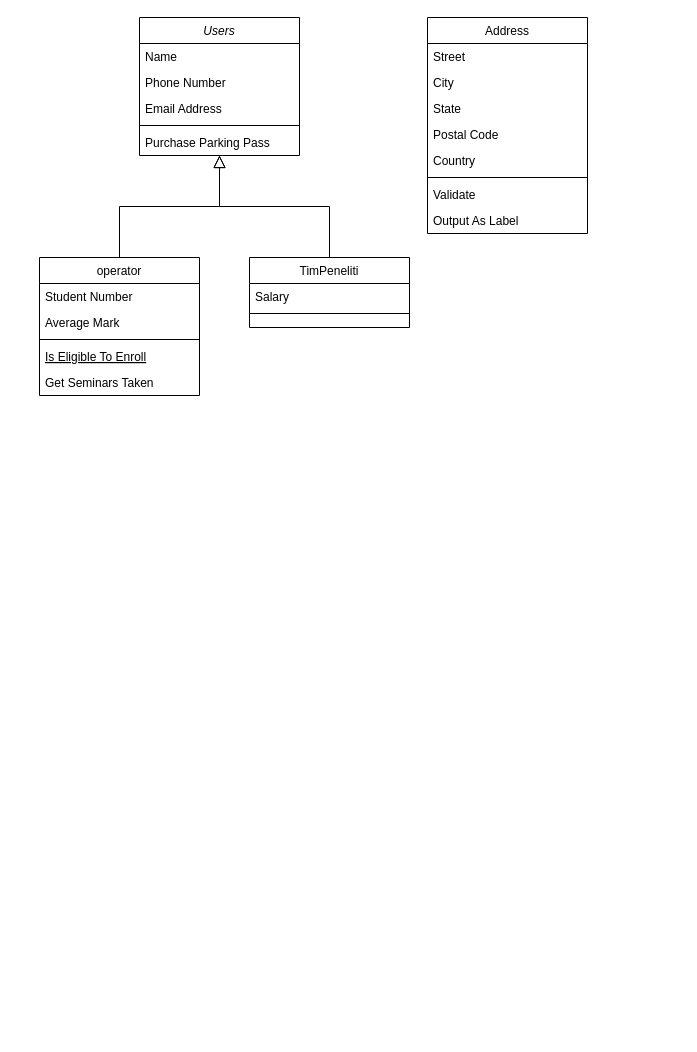
This is remind_class_Diagram.drawio from zzarr/Tugas-Akhir, a draw.io file, before an edit. Source tidied: cells renumbered, new cells numbered last; positions are measured from the earlier drawing's top-left corner, leaving out a move shared by most shapes. Both pictures are drawn from the tidied source at 100%, with x=0, y=0 at pixel (39, 17).
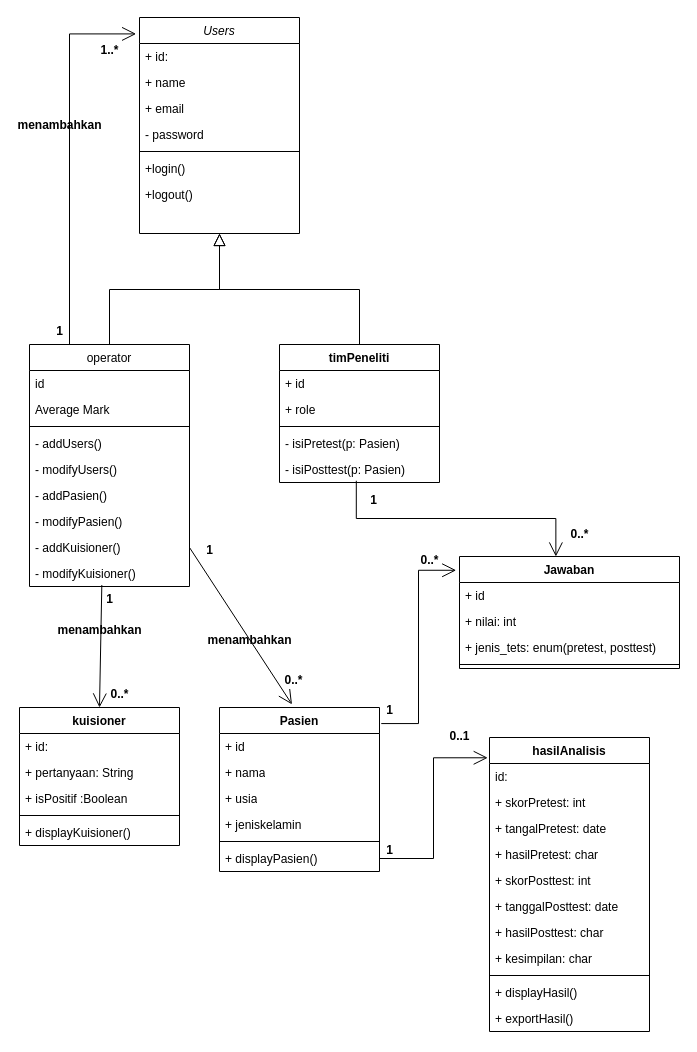
Above is the later version.

Diff of the diagram source:
```diff
@@
     <mxCell id="2" value="Users" style="swimlane;fontStyle=2;align=center;verticalAlign=top;horizontal=1;startSize=26;rounded=0;shadow=0;strokeWidth=1;" parent="1" vertex="1">
-      <mxGeometry x="100" width="160" height="138" as="geometry" />
+      <mxGeometry x="100" width="160" height="216" as="geometry" />
     </mxCell>
-    <mxCell id="3" value="Name" style="text;align=left;verticalAlign=top;spacingLeft=4;spacingRight=4;overflow=hidden;" parent="2" vertex="1">
+    <mxCell id="3" value="+ id:" style="text;align=left;verticalAlign=top;spacingLeft=4;spacingRight=4;overflow=hidden;" parent="2" vertex="1">
       <mxGeometry y="26" width="160" height="26" as="geometry" />
     </mxCell>
-    <mxCell id="4" value="Phone Number" style="text;align=left;verticalAlign=top;spacingLeft=4;spacingRight=4;overflow=hidden;rounded=0;shadow=0;html=0;" parent="2" vertex="1">
+    <mxCell id="4" value="+ name" style="text;align=left;verticalAlign=top;spacingLeft=4;spacingRight=4;overflow=hidden;rounded=0;shadow=0;html=0;" parent="2" vertex="1">
       <mxGeometry y="52" width="160" height="26" as="geometry" />
     </mxCell>
-    <mxCell id="5" value="Email Address" style="text;align=left;verticalAlign=top;spacingLeft=4;spacingRight=4;overflow=hidden;rounded=0;shadow=0;html=0;" parent="2" vertex="1">
+    <mxCell id="5" value="+ email" style="text;align=left;verticalAlign=top;spacingLeft=4;spacingRight=4;overflow=hidden;rounded=0;shadow=0;html=0;" parent="2" vertex="1">
       <mxGeometry y="78" width="160" height="26" as="geometry" />
     </mxCell>
+    <mxCell id="28" value="- password" style="text;align=left;verticalAlign=top;spacingLeft=4;spacingRight=4;overflow=hidden;rounded=0;shadow=0;html=0;" parent="2" vertex="1">
+      <mxGeometry y="104" width="160" height="26" as="geometry" />
+    </mxCell>
     <mxCell id="6" style="line;html=1;strokeWidth=1;align=left;verticalAlign=middle;spacingTop=-1;spacingLeft=3;spacingRight=3;labelPosition=right;" parent="2" vertex="1">
-      <mxGeometry y="104" width="160" height="8" as="geometry" />
+      <mxGeometry y="130" width="160" height="8" as="geometry" />
     </mxCell>
-    <mxCell id="7" value="Purchase Parking Pass" style="text;align=left;verticalAlign=top;spacingLeft=4;spacingRight=4;overflow=hidden;" parent="2" vertex="1">
-      <mxGeometry y="112" width="160" height="26" as="geometry" />
+    <mxCell id="7" value="+login()" style="text;align=left;verticalAlign=top;spacingLeft=4;spacingRight=4;overflow=hidden;" parent="2" vertex="1">
+      <mxGeometry y="138" width="160" height="26" as="geometry" />
     </mxCell>
+    <mxCell id="29" value="+logout()" style="text;align=left;verticalAlign=top;spacingLeft=4;spacingRight=4;overflow=hidden;" parent="2" vertex="1">
+      <mxGeometry y="164" width="160" height="26" as="geometry" />
+    </mxCell>
+    <mxCell id="30" style="text;align=left;verticalAlign=top;spacingLeft=4;spacingRight=4;overflow=hidden;" parent="2" vertex="1">
+      <mxGeometry y="190" width="160" height="26" as="geometry" />
+    </mxCell>
     <mxCell id="8" value="operator" style="swimlane;fontStyle=0;align=center;verticalAlign=top;horizontal=1;startSize=26;rounded=0;shadow=0;strokeWidth=1;" parent="1" vertex="1">
-      <mxGeometry y="240" width="160" height="138" as="geometry" />
+      <mxGeometry x="-10" y="327" width="160" height="242" as="geometry" />
     </mxCell>
-    <mxCell id="9" value="Student Number" style="text;align=left;verticalAlign=top;spacingLeft=4;spacingRight=4;overflow=hidden;" parent="8" vertex="1">
+    <mxCell id="9" value="id" style="text;align=left;verticalAlign=top;spacingLeft=4;spacingRight=4;overflow=hidden;" parent="8" vertex="1">
       <mxGeometry y="26" width="160" height="26" as="geometry" />
     </mxCell>
@@
-    <mxCell id="12" value="Is Eligible To Enroll" style="text;align=left;verticalAlign=top;spacingLeft=4;spacingRight=4;overflow=hidden;fontStyle=4;" parent="8" vertex="1">
+    <mxCell id="12" value="- addUsers()" style="text;align=left;verticalAlign=top;spacingLeft=4;spacingRight=4;overflow=hidden;fontStyle=0;" parent="8" vertex="1">
       <mxGeometry y="86" width="160" height="26" as="geometry" />
     </mxCell>
-    <mxCell id="13" value="Get Seminars Taken" style="text;align=left;verticalAlign=top;spacingLeft=4;spacingRight=4;overflow=hidden;" parent="8" vertex="1">
+    <mxCell id="13" value="- modifyUsers()" style="text;align=left;verticalAlign=top;spacingLeft=4;spacingRight=4;overflow=hidden;" parent="8" vertex="1">
       <mxGeometry y="112" width="160" height="26" as="geometry" />
     </mxCell>
+    <mxCell id="31" value="- addPasien()" style="text;align=left;verticalAlign=top;spacingLeft=4;spacingRight=4;overflow=hidden;" parent="8" vertex="1">
+      <mxGeometry y="138" width="160" height="26" as="geometry" />
+    </mxCell>
+    <mxCell id="32" value="- modifyPasien()" style="text;align=left;verticalAlign=top;spacingLeft=4;spacingRight=4;overflow=hidden;" parent="8" vertex="1">
+      <mxGeometry y="164" width="160" height="26" as="geometry" />
+    </mxCell>
+    <mxCell id="33" value="- addKuisioner()" style="text;align=left;verticalAlign=top;spacingLeft=4;spacingRight=4;overflow=hidden;points=[[0,0.5],[1,0.5]];portConstraint=eastwest;" parent="8" vertex="1">
+      <mxGeometry y="190" width="160" height="26" as="geometry" />
+    </mxCell>
+    <mxCell id="34" value="- modifyKuisioner()" style="text;align=left;verticalAlign=top;spacingLeft=4;spacingRight=4;overflow=hidden;points=[[0,0.5],[1,0.5]];portConstraint=eastwest;" parent="8" vertex="1">
+      <mxGeometry y="216" width="160" height="26" as="geometry" />
+    </mxCell>
@@
-    <mxCell id="15" value="TimPeneliti" style="swimlane;fontStyle=0;align=center;verticalAlign=top;horizontal=1;startSize=26;rounded=0;shadow=0;strokeWidth=1;" parent="1" vertex="1">
-      <mxGeometry x="210" y="240" width="160" height="70" as="geometry" />
-    </mxCell>
-    <mxCell id="16" value="Salary" style="text;align=left;verticalAlign=top;spacingLeft=4;spacingRight=4;overflow=hidden;" parent="15" vertex="1">
-      <mxGeometry y="26" width="160" height="26" as="geometry" />
-    </mxCell>
-    <mxCell id="17" style="line;html=1;strokeWidth=1;align=left;verticalAlign=middle;spacingTop=-1;spacingLeft=3;spacingRight=3;labelPosition=right;" parent="15" vertex="1">
-      <mxGeometry y="52" width="160" height="8" as="geometry" />
-    </mxCell>
-    <mxCell id="18" style="endArrow=block;endSize=10;endFill=0;shadow=0;strokeWidth=1;rounded=0;curved=0;edgeStyle=elbowEdgeStyle;elbow=vertical;" parent="1" edge="1" source="15" target="2">
+    <mxCell id="18" style="endArrow=block;endSize=10;endFill=0;shadow=0;strokeWidth=1;rounded=0;curved=0;edgeStyle=elbowEdgeStyle;elbow=vertical;exitX=0.5;exitY=0;exitDx=0;exitDy=0;" parent="1" edge="1" source="38" target="2">
       <mxGeometry relative="1" as="geometry" />
     </mxCell>
-    <mxCell id="19" value="Address" style="swimlane;fontStyle=0;align=center;verticalAlign=top;horizontal=1;startSize=26;rounded=0;shadow=0;strokeWidth=1;" parent="1" vertex="1">
-      <mxGeometry x="388" width="160" height="216" as="geometry" />
+    <mxCell id="19" value="hasilAnalisis" style="swimlane;fontStyle=1;align=center;verticalAlign=top;horizontal=1;startSize=26;rounded=0;shadow=0;strokeWidth=1;" parent="1" vertex="1">
+      <mxGeometry x="450" y="720" width="160" height="294" as="geometry" />
     </mxCell>
-    <mxCell id="20" value="Street" style="text;align=left;verticalAlign=top;spacingLeft=4;spacingRight=4;overflow=hidden;" parent="19" vertex="1">
+    <mxCell id="20" value="id: " style="text;align=left;verticalAlign=top;spacingLeft=4;spacingRight=4;overflow=hidden;" parent="19" vertex="1">
       <mxGeometry y="26" width="160" height="26" as="geometry" />
     </mxCell>
-    <mxCell id="21" value="City" style="text;align=left;verticalAlign=top;spacingLeft=4;spacingRight=4;overflow=hidden;rounded=0;shadow=0;html=0;" parent="19" vertex="1">
+    <mxCell id="21" value="+ skorPretest: int" style="text;align=left;verticalAlign=top;spacingLeft=4;spacingRight=4;overflow=hidden;rounded=0;shadow=0;html=0;" parent="19" vertex="1">
       <mxGeometry y="52" width="160" height="26" as="geometry" />
     </mxCell>
-    <mxCell id="22" value="State" style="text;align=left;verticalAlign=top;spacingLeft=4;spacingRight=4;overflow=hidden;rounded=0;shadow=0;html=0;" parent="19" vertex="1">
+    <mxCell id="22" value="+ tangalPretest: date" style="text;align=left;verticalAlign=top;spacingLeft=4;spacingRight=4;overflow=hidden;rounded=0;shadow=0;html=0;" parent="19" vertex="1">
       <mxGeometry y="78" width="160" height="26" as="geometry" />
     </mxCell>
-    <mxCell id="23" value="Postal Code" style="text;align=left;verticalAlign=top;spacingLeft=4;spacingRight=4;overflow=hidden;rounded=0;shadow=0;html=0;" parent="19" vertex="1">
+    <mxCell id="23" value="+ hasilPretest: char" style="text;align=left;verticalAlign=top;spacingLeft=4;spacingRight=4;overflow=hidden;rounded=0;shadow=0;html=0;" parent="19" vertex="1">
       <mxGeometry y="104" width="160" height="26" as="geometry" />
     </mxCell>
-    <mxCell id="24" value="Country" style="text;align=left;verticalAlign=top;spacingLeft=4;spacingRight=4;overflow=hidden;rounded=0;shadow=0;html=0;" parent="19" vertex="1">
+    <mxCell id="24" value="+ skorPosttest: int" style="text;align=left;verticalAlign=top;spacingLeft=4;spacingRight=4;overflow=hidden;rounded=0;shadow=0;html=0;" parent="19" vertex="1">
       <mxGeometry y="130" width="160" height="26" as="geometry" />
     </mxCell>
+    <mxCell id="35" value="+ tanggalPosttest: date" style="text;align=left;verticalAlign=top;spacingLeft=4;spacingRight=4;overflow=hidden;rounded=0;shadow=0;html=0;" parent="19" vertex="1">
+      <mxGeometry y="156" width="160" height="26" as="geometry" />
+    </mxCell>
+    <mxCell id="36" value="+ hasilPosttest: char" style="text;align=left;verticalAlign=top;spacingLeft=4;spacingRight=4;overflow=hidden;rounded=0;shadow=0;html=0;" parent="19" vertex="1">
+      <mxGeometry y="182" width="160" height="26" as="geometry" />
+    </mxCell>
+    <mxCell id="37" value="+ kesimpilan: char" style="text;align=left;verticalAlign=top;spacingLeft=4;spacingRight=4;overflow=hidden;rounded=0;shadow=0;html=0;" parent="19" vertex="1">
+      <mxGeometry y="208" width="160" height="26" as="geometry" />
+    </mxCell>
     <mxCell id="25" style="line;html=1;strokeWidth=1;align=left;verticalAlign=middle;spacingTop=-1;spacingLeft=3;spacingRight=3;labelPosition=right;" parent="19" vertex="1">
-      <mxGeometry y="156" width="160" height="8" as="geometry" />
+      <mxGeometry y="234" width="160" height="8" as="geometry" />
     </mxCell>
-    <mxCell id="26" value="Validate" style="text;align=left;verticalAlign=top;spacingLeft=4;spacingRight=4;overflow=hidden;" parent="19" vertex="1">
-      <mxGeometry y="164" width="160" height="26" as="geometry" />
+    <mxCell id="26" value="+ displayHasil()" style="text;align=left;verticalAlign=top;spacingLeft=4;spacingRight=4;overflow=hidden;" parent="19" vertex="1">
+      <mxGeometry y="242" width="160" height="26" as="geometry" />
     </mxCell>
-    <mxCell id="27" value="Output As Label" style="text;align=left;verticalAlign=top;spacingLeft=4;spacingRight=4;overflow=hidden;" parent="19" vertex="1">
-      <mxGeometry y="190" width="160" height="26" as="geometry" />
+    <mxCell id="27" value="+ exportHasil()" style="text;align=left;verticalAlign=top;spacingLeft=4;spacingRight=4;overflow=hidden;" parent="19" vertex="1">
+      <mxGeometry y="268" width="160" height="26" as="geometry" />
     </mxCell>
+    <mxCell id="38" value="timPeneliti" style="swimlane;fontStyle=1;align=center;verticalAlign=top;horizontal=1;startSize=26;whiteSpace=wrap;html=1;" parent="1" vertex="1">
+      <mxGeometry x="240" y="327" width="160" height="138" as="geometry" />
+    </mxCell>
+    <mxCell id="39" value="+ id" style="text;strokeColor=none;fillColor=none;align=left;verticalAlign=top;spacingLeft=4;spacingRight=4;overflow=hidden;whiteSpace=wrap;html=1;" parent="38" vertex="1">
+      <mxGeometry y="26" width="160" height="26" as="geometry" />
+    </mxCell>
+    <mxCell id="40" value="+ role" style="text;strokeColor=none;fillColor=none;align=left;verticalAlign=top;spacingLeft=4;spacingRight=4;overflow=hidden;whiteSpace=wrap;html=1;" parent="38" vertex="1">
+      <mxGeometry y="52" width="160" height="26" as="geometry" />
+    </mxCell>
+    <mxCell id="41" style="line;strokeWidth=1;fillColor=none;align=left;verticalAlign=middle;spacingTop=-1;spacingLeft=3;spacingRight=3;labelPosition=right;strokeColor=inherit;" parent="38" vertex="1">
+      <mxGeometry y="78" width="160" height="8" as="geometry" />
+    </mxCell>
+    <mxCell id="42" value="- isiPretest(p: Pasien)" style="text;strokeColor=none;fillColor=none;align=left;verticalAlign=top;spacingLeft=4;spacingRight=4;overflow=hidden;whiteSpace=wrap;html=1;" parent="38" vertex="1">
+      <mxGeometry y="86" width="160" height="26" as="geometry" />
+    </mxCell>
+    <mxCell id="43" value="- isiPosttest(p: Pasien)" style="text;strokeColor=none;fillColor=none;align=left;verticalAlign=top;spacingLeft=4;spacingRight=4;overflow=hidden;points=[[0,0.5],[1,0.5]];portConstraint=eastwest;whiteSpace=wrap;html=1;" parent="38" vertex="1">
+      <mxGeometry y="112" width="160" height="26" as="geometry" />
+    </mxCell>
+    <mxCell id="44" value="Pasien" style="swimlane;fontStyle=1;align=center;verticalAlign=top;horizontal=1;startSize=26;whiteSpace=wrap;html=1;" parent="1" vertex="1">
+      <mxGeometry x="180" y="690" width="160" height="164" as="geometry" />
+    </mxCell>
+    <mxCell id="45" value="+ id" style="text;strokeColor=none;fillColor=none;align=left;verticalAlign=top;spacingLeft=4;spacingRight=4;overflow=hidden;whiteSpace=wrap;html=1;" parent="44" vertex="1">
+      <mxGeometry y="26" width="160" height="26" as="geometry" />
+    </mxCell>
+    <mxCell id="46" value="+ nama" style="text;strokeColor=none;fillColor=none;align=left;verticalAlign=top;spacingLeft=4;spacingRight=4;overflow=hidden;whiteSpace=wrap;html=1;" parent="44" vertex="1">
+      <mxGeometry y="52" width="160" height="26" as="geometry" />
+    </mxCell>
+    <mxCell id="47" value="+ usia" style="text;strokeColor=none;fillColor=none;align=left;verticalAlign=top;spacingLeft=4;spacingRight=4;overflow=hidden;whiteSpace=wrap;html=1;" parent="44" vertex="1">
+      <mxGeometry y="78" width="160" height="26" as="geometry" />
+    </mxCell>
+    <mxCell id="48" value="+ jeniskelamin" style="text;strokeColor=none;fillColor=none;align=left;verticalAlign=top;spacingLeft=4;spacingRight=4;overflow=hidden;whiteSpace=wrap;html=1;" parent="44" vertex="1">
+      <mxGeometry y="104" width="160" height="26" as="geometry" />
+    </mxCell>
+    <mxCell id="49" style="line;strokeWidth=1;fillColor=none;align=left;verticalAlign=middle;spacingTop=-1;spacingLeft=3;spacingRight=3;labelPosition=right;strokeColor=inherit;" parent="44" vertex="1">
+      <mxGeometry y="130" width="160" height="8" as="geometry" />
+    </mxCell>
+    <mxCell id="50" value="+ displayPasien()" style="text;strokeColor=none;fillColor=none;align=left;verticalAlign=top;spacingLeft=4;spacingRight=4;overflow=hidden;points=[[0,0.5],[1,0.5]];portConstraint=eastwest;whiteSpace=wrap;html=1;" parent="44" vertex="1">
+      <mxGeometry y="138" width="160" height="26" as="geometry" />
+    </mxCell>
+    <mxCell id="51" value="kuisioner" style="swimlane;fontStyle=1;align=center;verticalAlign=top;horizontal=1;startSize=26;whiteSpace=wrap;html=1;" parent="1" vertex="1">
+      <mxGeometry x="-20" y="690" width="160" height="138" as="geometry" />
+    </mxCell>
+    <mxCell id="52" value="+ id:" style="text;strokeColor=none;fillColor=none;align=left;verticalAlign=top;spacingLeft=4;spacingRight=4;overflow=hidden;whiteSpace=wrap;html=1;" parent="51" vertex="1">
+      <mxGeometry y="26" width="160" height="26" as="geometry" />
+    </mxCell>
+    <mxCell id="53" value="+ pertanyaan: String" style="text;strokeColor=none;fillColor=none;align=left;verticalAlign=top;spacingLeft=4;spacingRight=4;overflow=hidden;whiteSpace=wrap;html=1;" parent="51" vertex="1">
+      <mxGeometry y="52" width="160" height="26" as="geometry" />
+    </mxCell>
+    <mxCell id="54" value="+ isPositif :Boolean" style="text;strokeColor=none;fillColor=none;align=left;verticalAlign=top;spacingLeft=4;spacingRight=4;overflow=hidden;whiteSpace=wrap;html=1;" parent="51" vertex="1">
+      <mxGeometry y="78" width="160" height="26" as="geometry" />
+    </mxCell>
+    <mxCell id="55" style="line;strokeWidth=1;fillColor=none;align=left;verticalAlign=middle;spacingTop=-1;spacingLeft=3;spacingRight=3;labelPosition=right;strokeColor=inherit;" parent="51" vertex="1">
+      <mxGeometry y="104" width="160" height="8" as="geometry" />
+    </mxCell>
+    <mxCell id="56" value="+ displayKuisioner()" style="text;strokeColor=none;fillColor=none;align=left;verticalAlign=top;spacingLeft=4;spacingRight=4;overflow=hidden;whiteSpace=wrap;html=1;" parent="51" vertex="1">
+      <mxGeometry y="112" width="160" height="26" as="geometry" />
+    </mxCell>
+    <mxCell id="57" style="endArrow=open;endFill=1;endSize=12;html=1;rounded=0;entryX=-0.021;entryY=0.076;entryDx=0;entryDy=0;exitX=0.25;exitY=0;exitDx=0;exitDy=0;entryPerimeter=0;edgeStyle=elbowEdgeStyle;" parent="1" edge="1" source="8" target="2">
+      <mxGeometry relative="1" as="geometry">
+        <Array as="points">
+          <mxPoint x="30" y="180" />
+        </Array>
+      </mxGeometry>
+    </mxCell>
+    <mxCell id="58" value="1" style="text;align=center;fontStyle=1;verticalAlign=middle;spacingLeft=3;spacingRight=3;strokeColor=none;html=1;" parent="1" vertex="1">
+      <mxGeometry x="-20" y="301" width="80" height="26" as="geometry" />
+    </mxCell>
+    <mxCell id="59" value="1..*" style="text;align=center;fontStyle=1;verticalAlign=middle;spacingLeft=3;spacingRight=3;strokeColor=none;html=1;" parent="1" vertex="1">
+      <mxGeometry x="30" y="20" width="80" height="26" as="geometry" />
+    </mxCell>
+    <mxCell id="60" value="menambahkan" style="text;align=center;fontStyle=1;verticalAlign=middle;spacingLeft=3;spacingRight=3;strokeColor=none;html=1;" parent="1" vertex="1">
+      <mxGeometry x="-20" y="95" width="80" height="26" as="geometry" />
+    </mxCell>
+    <mxCell id="61" style="endArrow=open;endFill=1;endSize=12;html=1;rounded=0;entryX=0.25;entryY=1;entryDx=0;entryDy=0;entryPerimeter=0;exitX=0.452;exitY=0.943;exitDx=0;exitDy=0;exitPerimeter=0;" parent="1" edge="1" source="34" target="62">
+      <mxGeometry relative="1" as="geometry" />
+    </mxCell>
+    <mxCell id="62" value="0..*" style="text;align=center;fontStyle=1;verticalAlign=middle;spacingLeft=3;spacingRight=3;strokeColor=none;points=[[0,0.5],[1,0.5]];portConstraint=eastwest;html=1;" parent="1" vertex="1">
+      <mxGeometry x="40" y="664" width="80" height="26" as="geometry" />
+    </mxCell>
+    <mxCell id="63" value="1" style="text;align=center;fontStyle=1;verticalAlign=middle;spacingLeft=3;spacingRight=3;strokeColor=none;html=1;" parent="1" vertex="1">
+      <mxGeometry x="30" y="569" width="80" height="26" as="geometry" />
+    </mxCell>
+    <mxCell id="64" value="menambahkan" style="text;align=center;fontStyle=1;verticalAlign=middle;spacingLeft=3;spacingRight=3;strokeColor=none;html=1;" parent="1" vertex="1">
+      <mxGeometry x="20" y="600" width="80" height="26" as="geometry" />
+    </mxCell>
+    <mxCell id="65" style="endArrow=open;endFill=1;endSize=12;html=1;rounded=0;exitX=1;exitY=0.5;exitDx=0;exitDy=0;entryX=0.453;entryY=-0.019;entryDx=0;entryDy=0;entryPerimeter=0;" parent="1" edge="1" source="33" target="44">
+      <mxGeometry relative="1" as="geometry" />
+    </mxCell>
+    <mxCell id="66" value="1" style="text;align=center;fontStyle=1;verticalAlign=middle;spacingLeft=3;spacingRight=3;strokeColor=none;html=1;" parent="1" vertex="1">
+      <mxGeometry x="130" y="520" width="80" height="26" as="geometry" />
+    </mxCell>
+    <mxCell id="67" value="0..*" style="text;align=center;fontStyle=1;verticalAlign=middle;spacingLeft=3;spacingRight=3;strokeColor=none;html=1;" parent="1" vertex="1">
+      <mxGeometry x="214" y="650" width="80" height="26" as="geometry" />
+    </mxCell>
+    <mxCell id="68" value="menambahkan" style="text;align=center;fontStyle=1;verticalAlign=middle;spacingLeft=3;spacingRight=3;strokeColor=none;html=1;" parent="1" vertex="1">
+      <mxGeometry x="170" y="610" width="80" height="26" as="geometry" />
+    </mxCell>
+    <mxCell id="69" value="Jawaban" style="swimlane;fontStyle=1;align=center;verticalAlign=top;horizontal=1;startSize=26;whiteSpace=wrap;html=1;" parent="1" vertex="1">
+      <mxGeometry x="420" y="539" width="220" height="112" as="geometry" />
+    </mxCell>
+    <mxCell id="70" value="+ id" style="text;strokeColor=none;fillColor=none;align=left;verticalAlign=top;spacingLeft=4;spacingRight=4;overflow=hidden;whiteSpace=wrap;html=1;" parent="69" vertex="1">
+      <mxGeometry y="26" width="220" height="26" as="geometry" />
+    </mxCell>
+    <mxCell id="71" value="+ nilai: int" style="text;strokeColor=none;fillColor=none;align=left;verticalAlign=top;spacingLeft=4;spacingRight=4;overflow=hidden;whiteSpace=wrap;html=1;" parent="69" vertex="1">
+      <mxGeometry y="52" width="220" height="26" as="geometry" />
+    </mxCell>
+    <mxCell id="72" value="+ jenis_tets: enum(pretest, posttest)" style="text;strokeColor=none;fillColor=none;align=left;verticalAlign=top;spacingLeft=4;spacingRight=4;overflow=hidden;whiteSpace=wrap;html=1;" parent="69" vertex="1">
+      <mxGeometry y="78" width="220" height="26" as="geometry" />
+    </mxCell>
+    <mxCell id="73" style="line;strokeWidth=1;fillColor=none;align=left;verticalAlign=middle;spacingTop=-1;spacingLeft=3;spacingRight=3;labelPosition=right;strokeColor=inherit;" parent="69" vertex="1">
+      <mxGeometry y="104" width="220" height="8" as="geometry" />
+    </mxCell>
+    <mxCell id="74" style="endArrow=open;endFill=1;endSize=12;html=1;rounded=0;entryX=0.438;entryY=0;entryDx=0;entryDy=0;entryPerimeter=0;exitX=0.48;exitY=0.933;exitDx=0;exitDy=0;exitPerimeter=0;edgeStyle=elbowEdgeStyle;elbow=vertical;" parent="1" edge="1" source="43" target="69">
+      <mxGeometry relative="1" as="geometry" />
+    </mxCell>
+    <mxCell id="75" style="endArrow=open;endFill=1;endSize=12;html=1;rounded=0;entryX=-0.015;entryY=0.123;entryDx=0;entryDy=0;exitX=1.011;exitY=0.098;exitDx=0;exitDy=0;exitPerimeter=0;edgeStyle=elbowEdgeStyle;entryPerimeter=0;" parent="1" edge="1" source="44" target="69">
+      <mxGeometry relative="1" as="geometry" />
+    </mxCell>
+    <mxCell id="76" style="endArrow=open;endFill=1;endSize=12;html=1;rounded=0;entryX=-0.011;entryY=0.069;entryDx=0;entryDy=0;entryPerimeter=0;exitX=1;exitY=0.5;exitDx=0;exitDy=0;edgeStyle=elbowEdgeStyle;" parent="1" edge="1" source="50" target="19">
+      <mxGeometry relative="1" as="geometry" />
+    </mxCell>
+    <mxCell id="77" value="1" style="text;align=center;fontStyle=1;verticalAlign=middle;spacingLeft=3;spacingRight=3;strokeColor=none;html=1;" parent="1" vertex="1">
+      <mxGeometry x="310" y="680" width="80" height="26" as="geometry" />
+    </mxCell>
+    <mxCell id="78" value="0..*" style="text;align=center;fontStyle=1;verticalAlign=middle;spacingLeft=3;spacingRight=3;strokeColor=none;html=1;" parent="1" vertex="1">
+      <mxGeometry x="350" y="530" width="80" height="26" as="geometry" />
+    </mxCell>
+    <mxCell id="79" value="1" style="text;align=center;fontStyle=1;verticalAlign=middle;spacingLeft=3;spacingRight=3;strokeColor=none;html=1;" parent="1" vertex="1">
+      <mxGeometry x="310" y="820" width="80" height="26" as="geometry" />
+    </mxCell>
+    <mxCell id="80" value="0..1" style="text;align=center;fontStyle=1;verticalAlign=middle;spacingLeft=3;spacingRight=3;strokeColor=none;html=1;" parent="1" vertex="1">
+      <mxGeometry x="380" y="706" width="80" height="26" as="geometry" />
+    </mxCell>
+    <mxCell id="81" value="1" style="text;align=center;fontStyle=1;verticalAlign=middle;spacingLeft=3;spacingRight=3;strokeColor=none;html=1;" parent="1" vertex="1">
+      <mxGeometry x="294" y="470" width="80" height="26" as="geometry" />
+    </mxCell>
+    <mxCell id="82" value="0..*" style="text;align=center;fontStyle=1;verticalAlign=middle;spacingLeft=3;spacingRight=3;strokeColor=none;html=1;" parent="1" vertex="1">
+      <mxGeometry x="500" y="504" width="80" height="26" as="geometry" />
+    </mxCell>
```
